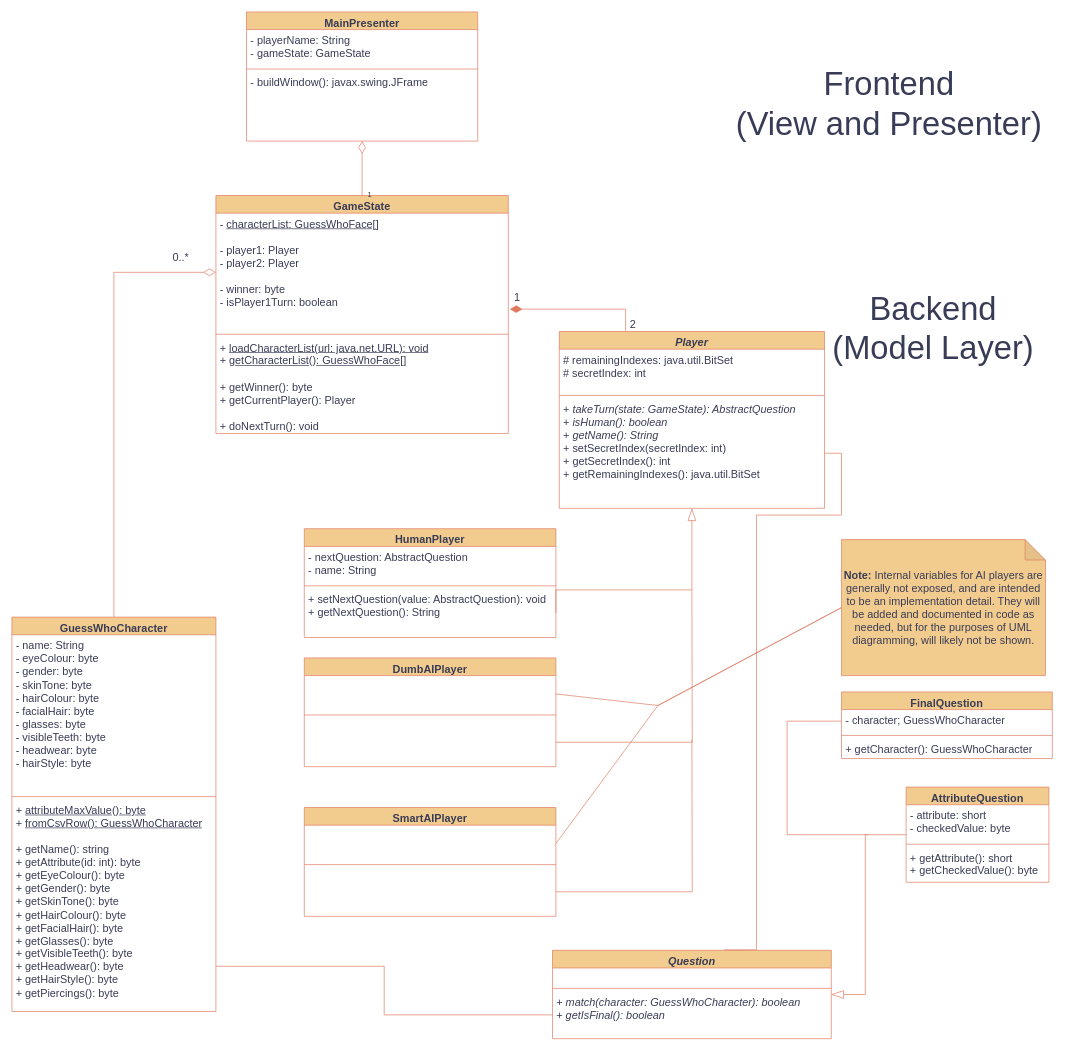
Before: uml-diagram.drawio in jgcodes2020/GSEGuessWho, a draw.io diagram. Source tidied: cells renumbered, new cells numbered last; positions are measured from the earlier drawing's top-left corner, leaving out a move shared by most shapes. Both pictures are drawn from the tidied source at 68%, with x=0, y=0 at pixel (12, 12).
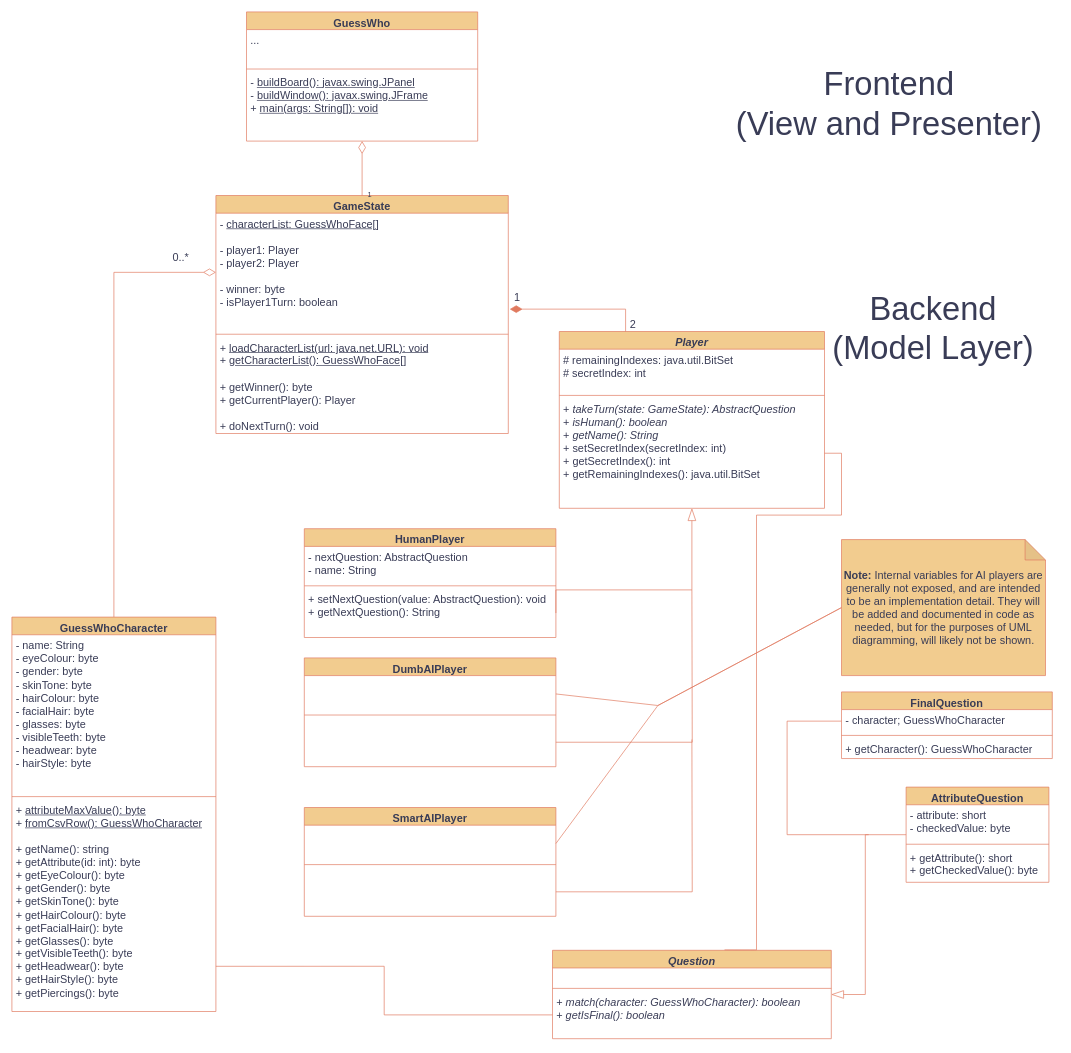
The same page after the edit.

Diff of the diagram source:
```diff
@@
-<mxGraphModel>
+<mxGraphModel background="#ffffff">
@@
-    <mxCell id="33" value="MainPresenter" style="swimlane;fontStyle=1;align=center;verticalAlign=top;horizontal=1;startSize=26;whiteSpace=wrap;html=1;strokeColor=#E07A5F;fontSize=16;fontColor=#393C56;fillColor=#F2CC8F;labelBackgroundColor=none;rounded=0;" parent="1" vertex="1">
+    <mxCell id="33" value="GuessWho" style="swimlane;fontStyle=1;align=center;verticalAlign=top;horizontal=1;startSize=26;whiteSpace=wrap;html=1;strokeColor=#E07A5F;fontSize=16;fontColor=#393C56;fillColor=#F2CC8F;labelBackgroundColor=none;rounded=0;" parent="1" vertex="1">
       <mxGeometry x="345" width="340" height="190" as="geometry" />
     </mxCell>
-    <mxCell id="34" value="- playerName: String&lt;br&gt;- gameState: GameState" style="text;strokeColor=none;fillColor=none;align=left;verticalAlign=top;spacingLeft=4;spacingRight=4;overflow=hidden;whiteSpace=wrap;html=1;fontSize=16;fontColor=#393C56;labelBackgroundColor=none;rounded=0;" parent="33" vertex="1">
+    <mxCell id="34" value="..." style="text;strokeColor=none;fillColor=none;align=left;verticalAlign=top;spacingLeft=4;spacingRight=4;overflow=hidden;whiteSpace=wrap;html=1;fontSize=16;fontColor=#393C56;labelBackgroundColor=none;rounded=0;" parent="33" vertex="1">
       <mxGeometry y="26" width="340" height="54" as="geometry" />
     </mxCell>
@@
-    <mxCell id="36" value="- buildWindow(): javax.swing.JFrame" style="text;strokeColor=none;fillColor=none;align=left;verticalAlign=top;spacingLeft=4;spacingRight=4;overflow=hidden;points=[[0,0.5],[1,0.5]];portConstraint=eastwest;whiteSpace=wrap;html=1;fontSize=16;fontColor=#393C56;labelBackgroundColor=none;rounded=0;" parent="33" vertex="1">
+    <mxCell id="36" value="- &lt;u&gt;buildBoard(): javax.swing.JPanel&lt;/u&gt;&lt;br&gt;- &lt;u&gt;buildWindow(): javax.swing.JFrame&lt;/u&gt;&lt;br&gt;+ &lt;u&gt;main(args: String[]): void&lt;/u&gt;" style="text;strokeColor=none;fillColor=none;align=left;verticalAlign=top;spacingLeft=4;spacingRight=4;overflow=hidden;points=[[0,0.5],[1,0.5]];portConstraint=eastwest;whiteSpace=wrap;html=1;fontSize=16;fontColor=#393C56;labelBackgroundColor=none;rounded=0;" parent="33" vertex="1">
       <mxGeometry y="88" width="340" height="102" as="geometry" />
     </mxCell>
```
